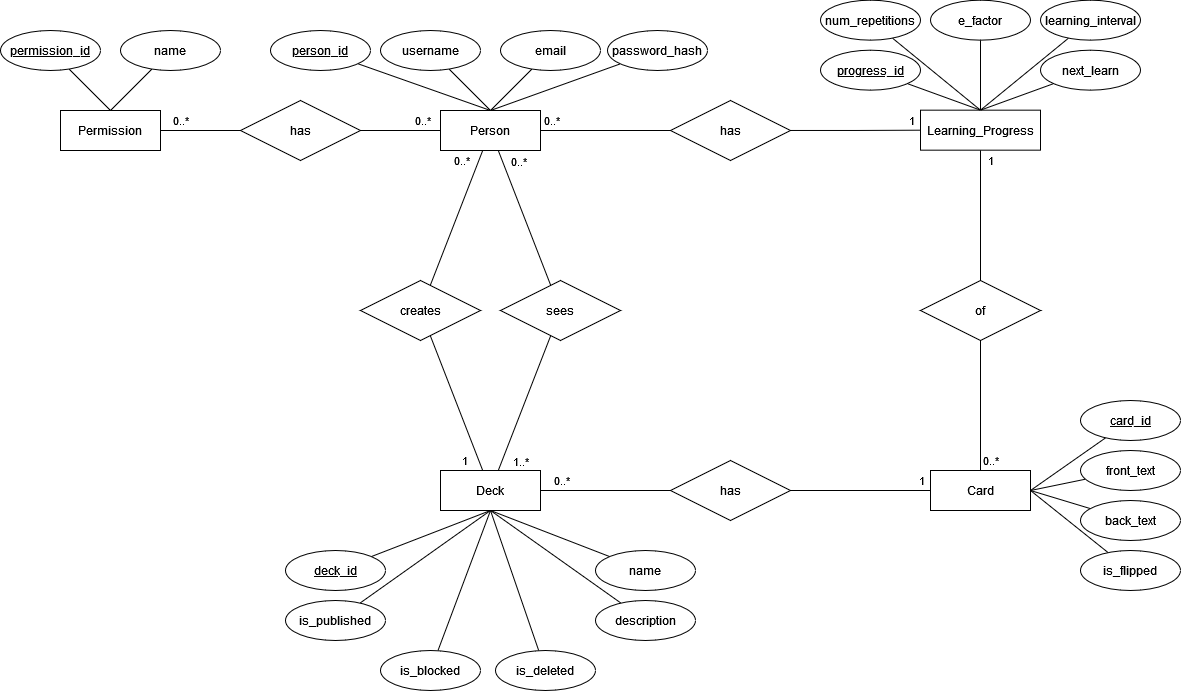
This is Diagrams/er-model/er-model.png from FabioPlunser/SWA-Project, a draw.io export, as it was before one commit. Source tidied: cells renumbered, new cells last; positions are measured from the earlier drawing's top-left corner, leaving out a move shared by most shapes.
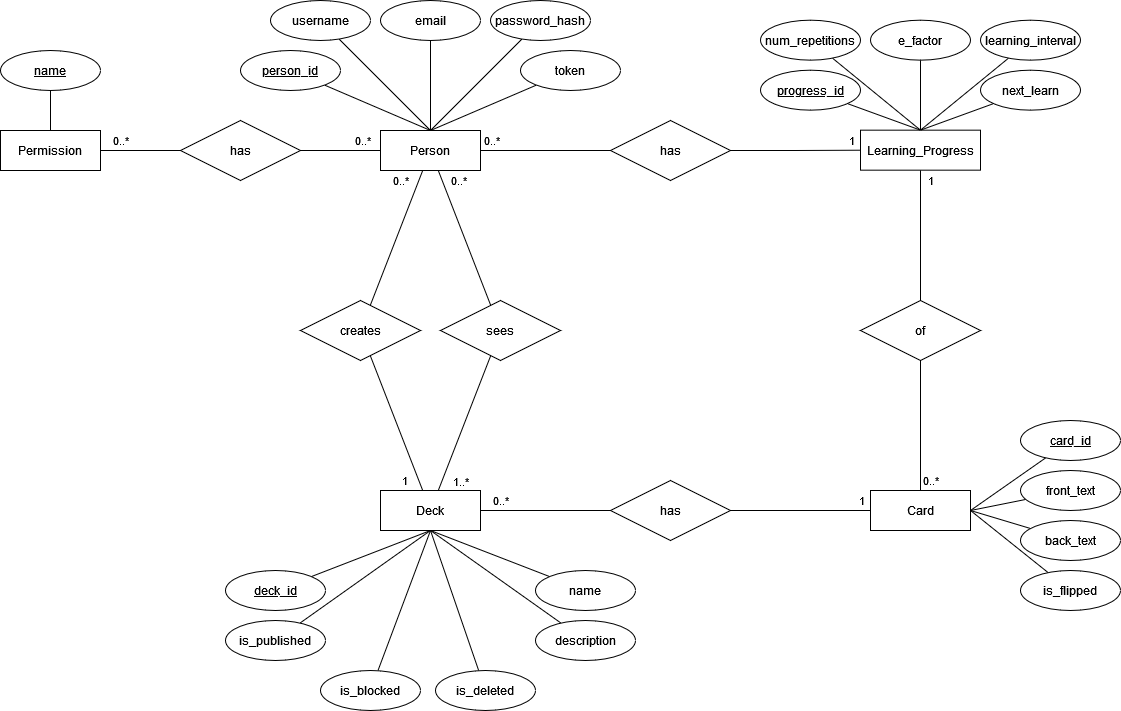
After the change.

Commit message:
Changed PK of table Permission, added token to table Person

What changed in the source:
```diff
@@ -46,35 +46,32 @@
         <mxPoint x="-32" y="-11" as="offset" />
       </mxGeometry>
     </mxCell>
+    <mxCell id="79" style="rounded=0;jettySize=auto;html=1;endArrow=none;endFill=0;exitX=0.5;exitY=0;exitDx=0;exitDy=0;" parent="1" edge="1" source="14" target="80">
+      <mxGeometry relative="1" as="geometry" />
+    </mxCell>
     <mxCell id="14" value="Person" style="whiteSpace=wrap;html=1;align=center;" parent="1" vertex="1">
       <mxGeometry x="440" y="110" width="100" height="40" as="geometry" />
     </mxCell>
     <mxCell id="15" value="person_id" style="ellipse;whiteSpace=wrap;html=1;align=center;fontStyle=4;" parent="1" vertex="1">
-      <mxGeometry x="270" y="30" width="100" height="40" as="geometry" />
+      <mxGeometry x="300" y="30" width="100" height="40" as="geometry" />
     </mxCell>
     <mxCell id="16" value="username" style="ellipse;whiteSpace=wrap;html=1;align=center;" parent="1" vertex="1">
-      <mxGeometry x="380" y="30" width="100" height="40" as="geometry" />
+      <mxGeometry x="330" y="-20" width="100" height="40" as="geometry" />
     </mxCell>
     <mxCell id="17" value="email" style="ellipse;whiteSpace=wrap;html=1;align=center;" parent="1" vertex="1">
-      <mxGeometry x="500" y="30" width="100" height="40" as="geometry" />
+      <mxGeometry x="440" y="-20" width="100" height="40" as="geometry" />
     </mxCell>
     <mxCell id="18" value="password_hash" style="ellipse;whiteSpace=wrap;html=1;align=center;" parent="1" vertex="1">
-      <mxGeometry x="607" y="30" width="100" height="40" as="geometry" />
+      <mxGeometry x="550" y="-20" width="100" height="40" as="geometry" />
     </mxCell>
-    <mxCell id="19" style="edgeStyle=none;rounded=0;jettySize=auto;html=1;exitX=0.5;exitY=0;exitDx=0;exitDy=0;endArrow=none;endFill=0;" parent="1" edge="1" source="21" target="22">
-      <mxGeometry relative="1" as="geometry" />
-    </mxCell>
     <mxCell id="20" style="edgeStyle=none;rounded=0;jettySize=auto;html=1;exitX=0.5;exitY=0;exitDx=0;exitDy=0;endArrow=none;endFill=0;" parent="1" edge="1" source="21" target="23">
       <mxGeometry relative="1" as="geometry" />
     </mxCell>
     <mxCell id="21" value="&lt;div&gt;Permission&lt;/div&gt;" style="whiteSpace=wrap;html=1;align=center;" parent="1" vertex="1">
       <mxGeometry x="60" y="110" width="100" height="40" as="geometry" />
     </mxCell>
-    <mxCell id="22" value="permission_id" style="ellipse;whiteSpace=wrap;html=1;align=center;fontStyle=4;" parent="1" vertex="1">
-      <mxGeometry y="30" width="100" height="40" as="geometry" />
-    </mxCell>
-    <mxCell id="23" value="name" style="ellipse;whiteSpace=wrap;html=1;align=center;" parent="1" vertex="1">
-      <mxGeometry x="120" y="30" width="100" height="40" as="geometry" />
+    <mxCell id="23" value="&lt;u&gt;name&lt;/u&gt;" style="ellipse;whiteSpace=wrap;html=1;align=center;" parent="1" vertex="1">
+      <mxGeometry x="60" y="30" width="100" height="40" as="geometry" />
     </mxCell>
     <mxCell id="24" style="edgeStyle=none;rounded=0;jettySize=auto;html=1;entryX=1;entryY=0.5;entryDx=0;entryDy=0;endArrow=none;endFill=0;" parent="1" edge="1" source="26" target="21">
       <mxGeometry relative="1" as="geometry" />
@@ -259,5 +256,8 @@
     <mxCell id="78" value="has" style="shape=rhombus;perimeter=rhombusPerimeter;whiteSpace=wrap;html=1;align=center;" parent="1" vertex="1">
       <mxGeometry x="670" y="100" width="120" height="60" as="geometry" />
     </mxCell>
+    <mxCell id="80" value="token" style="ellipse;whiteSpace=wrap;html=1;align=center;" parent="1" vertex="1">
+      <mxGeometry x="580" y="30" width="100" height="40" as="geometry" />
+    </mxCell>
   </root>
 </mxGraphModel>
```
